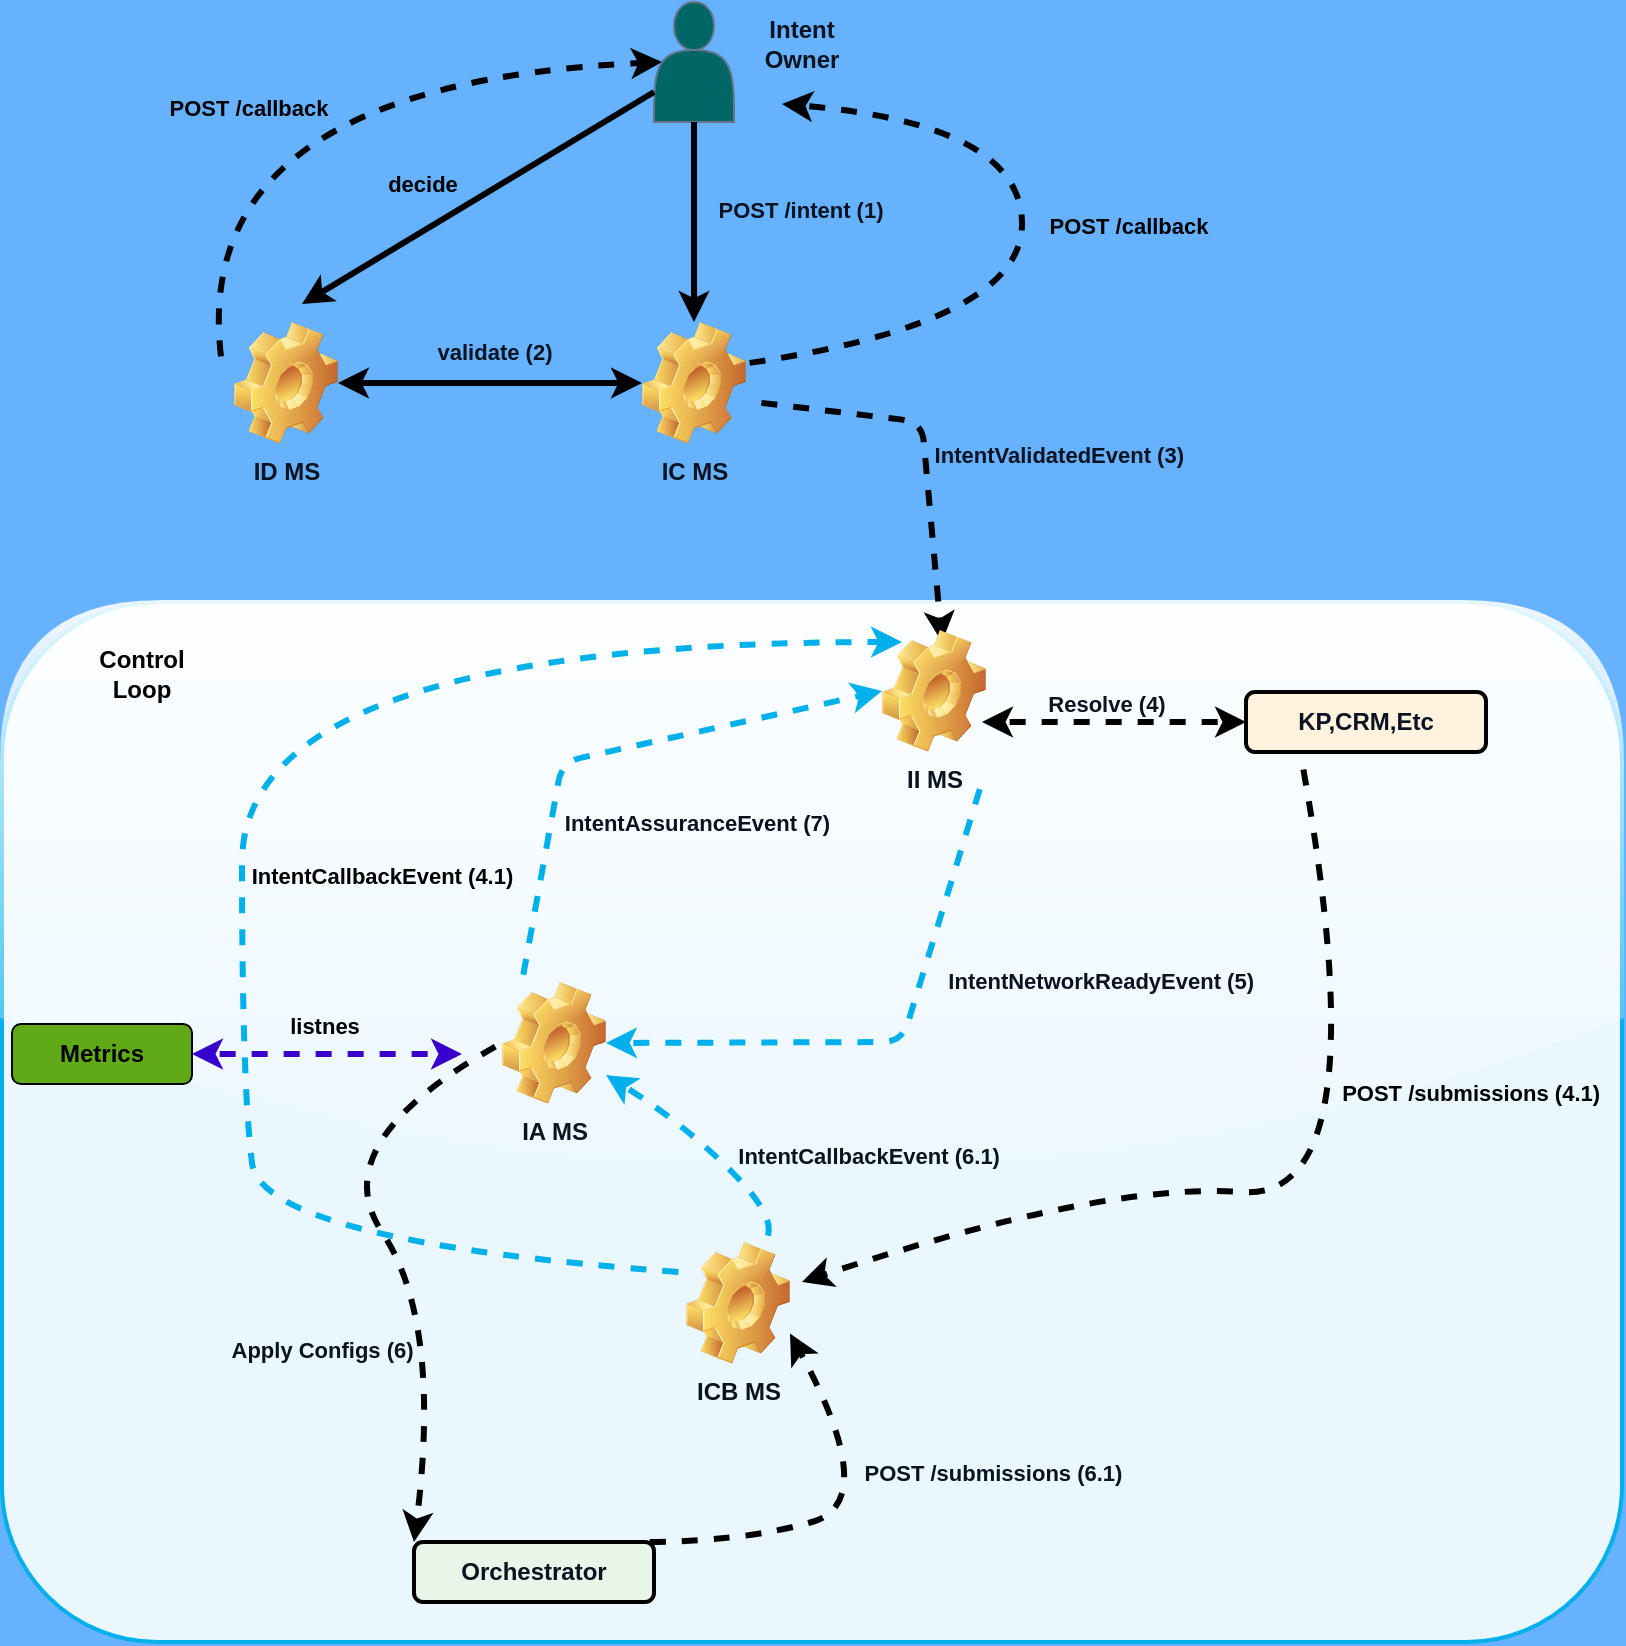
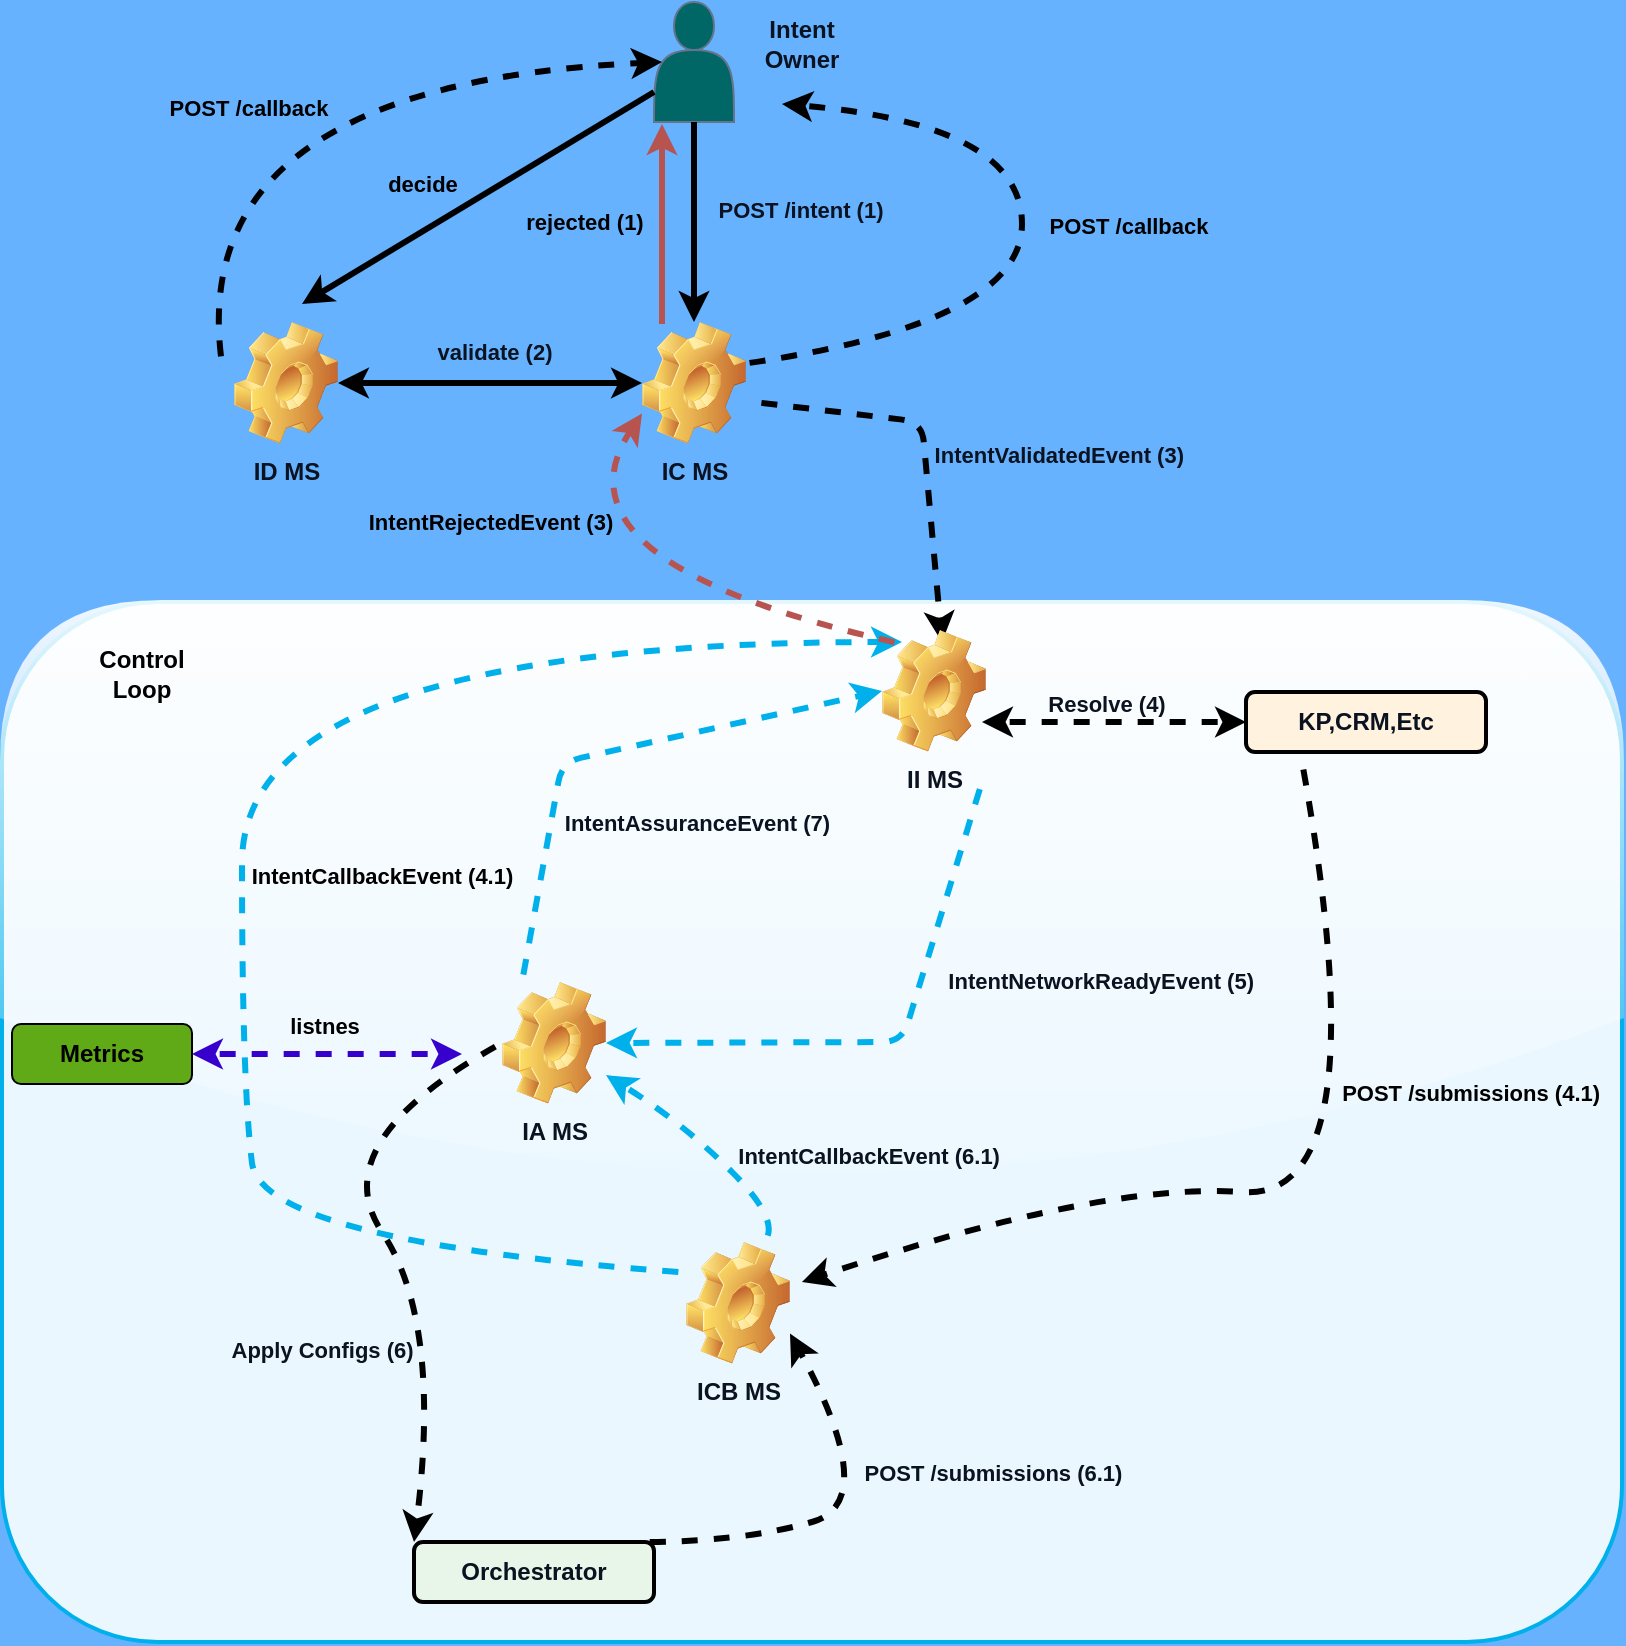
<mxfile host="65bd71144e">
    <diagram id="hkdiFI0e61aXNWWX01rr" name="Page-1">
-         <mxGraphModel dx="678" dy="638" grid="1" gridSize="10" guides="1" tooltips="1" connect="1" arrows="1" fold="1" page="1" pageScale="1" pageWidth="827" pageHeight="1169" background="#66B2FF" math="0" shadow="0" adaptiveColors="none">
+         <mxGraphModel dx="678" dy="638" grid="1" gridSize="10" guides="1" tooltips="1" connect="1" arrows="1" fold="1" page="1" pageScale="1" pageWidth="827" pageHeight="1169" background="#66B2FF" math="0" shadow="0">
            <root>
                <mxCell id="0"/>
                <mxCell id="1" parent="0"/>
                <mxCell id="44" value="" style="rounded=1;whiteSpace=wrap;html=1;strokeWidth=2;glass=1;shadow=0;fillStyle=auto;fillColor=#EAF7FF;fontColor=#0B1220;strokeColor=#00B0EB;" parent="1" vertex="1">
                    <mxGeometry x="10" y="449" width="810" height="520" as="geometry"/>
                </mxCell>
                <mxCell id="2" value="IA MS" style="shape=image;html=1;verticalLabelPosition=bottom;verticalAlign=top;imageAspect=1;aspect=fixed;image=img/clipart/Gear_128x128.png;container=0;fontStyle=1;fillColor=#E6F7FF;strokeColor=#00B0EB;fontColor=#0B1220;strokeWidth=2;shadow=0;" parent="1" vertex="1">
                    <mxGeometry x="260" y="639" width="52" height="61" as="geometry"/>
                </mxCell>
                <mxCell id="7" value="" style="endArrow=classic;html=1;shadow=0;flowAnimation=1;strokeWidth=3;strokeColor=#00B0EB;entryX=0;entryY=0.5;entryDx=0;entryDy=0;jumpStyle=arc;fontColor=#0B1220;" parent="1" target="28" edge="1">
                    <mxGeometry width="50" height="50" relative="1" as="geometry">
                        <mxPoint x="270" y="639" as="sourcePoint"/>
                        <mxPoint x="430" y="489" as="targetPoint"/>
                        <Array as="points">
                            <mxPoint x="290" y="529"/>
                        </Array>
                    </mxGeometry>
                </mxCell>
                <mxCell id="9" value="IntentNetworkReadyEvent (5)" style="edgeLabel;align=center;verticalAlign=middle;resizable=0;points=[];container=0;fontColor=#0B1220;labelBackgroundColor=none;fontStyle=1;fillColor=#E8F5E9;strokeColor=#2E7D32;strokeWidth=2;shadow=0;" parent="7" vertex="1" connectable="0">
                    <mxGeometry x="0.0249" y="3" relative="1" as="geometry">
                        <mxPoint x="241" y="118" as="offset"/>
                    </mxGeometry>
                </mxCell>
                <mxCell id="8" value="" style="endArrow=classic;html=1;entryX=1;entryY=0.5;entryDx=0;entryDy=0;exitX=1;exitY=1;exitDx=0;exitDy=0;flowAnimation=1;jumpStyle=arc;strokeWidth=3;strokeColor=#00B0EB;fontColor=#0B1220;" parent="1" target="2" edge="1">
                    <mxGeometry width="50" height="50" relative="1" as="geometry">
                        <mxPoint x="500" y="539" as="sourcePoint"/>
                        <mxPoint x="470" y="719" as="targetPoint"/>
                        <Array as="points">
                            <mxPoint x="460" y="669"/>
                        </Array>
                    </mxGeometry>
                </mxCell>
                <mxCell id="10" value="IntentAssuranceEvent (7)" style="edgeLabel;align=center;verticalAlign=middle;resizable=0;points=[];container=0;labelBackgroundColor=none;fontStyle=1;fillColor=#FFEBEE;strokeColor=#C62828;fontColor=#0B1220;strokeWidth=2;shadow=0;" parent="8" vertex="1" connectable="0">
                    <mxGeometry x="-0.196" relative="1" as="geometry">
                        <mxPoint x="-109" y="-89" as="offset"/>
                    </mxGeometry>
                </mxCell>
                <mxCell id="12" value="IC MS" style="shape=image;html=1;verticalLabelPosition=bottom;verticalAlign=top;imageAspect=1;aspect=fixed;image=img/clipart/Gear_128x128.png;fontStyle=1;fillColor=#E6F7FF;strokeColor=#00B0EB;fontColor=#0B1220;strokeWidth=2;shadow=0;" parent="1" vertex="1">
                    <mxGeometry x="330" y="309" width="52" height="61" as="geometry"/>
                </mxCell>
                <mxCell id="13" value="" style="shape=actor;whiteSpace=wrap;html=1;fillColor=#006666;strokeColor=#64748B;fontColor=#0B1220;shadow=0;" parent="1" vertex="1">
                    <mxGeometry x="336" y="149" width="40" height="60" as="geometry"/>
                </mxCell>
                <mxCell id="14" value="" style="endArrow=classic;html=1;exitX=0.5;exitY=1;exitDx=0;exitDy=0;strokeWidth=3;flowAnimation=0;strokeColor=default;fontColor=#0B1220;" parent="1" source="13" target="12" edge="1">
                    <mxGeometry width="50" height="50" relative="1" as="geometry">
                        <mxPoint x="430" y="379" as="sourcePoint"/>
                        <mxPoint x="480" y="329" as="targetPoint"/>
                    </mxGeometry>
                </mxCell>
                <mxCell id="17" value="POST /intent (1)" style="edgeLabel;html=1;align=center;verticalAlign=middle;resizable=0;points=[];fontColor=#0B1220;fontStyle=1;labelBackgroundColor=none;strokeColor=#64748B;shadow=0;" parent="14" vertex="1" connectable="0">
                    <mxGeometry x="-0.13" relative="1" as="geometry">
                        <mxPoint x="53" as="offset"/>
                    </mxGeometry>
                </mxCell>
                <mxCell id="15" value="ICB MS" style="shape=image;html=1;verticalLabelPosition=bottom;verticalAlign=top;imageAspect=1;aspect=fixed;image=img/clipart/Gear_128x128.png;fontStyle=1;fillColor=#FFF3E0;strokeColor=#F57C00;fontColor=#0B1220;strokeWidth=2;shadow=0;" parent="1" vertex="1">
                    <mxGeometry x="352" y="769" width="52" height="61" as="geometry"/>
                </mxCell>
                <mxCell id="16" value="" style="endArrow=classic;html=1;exitX=0.5;exitY=1;exitDx=0;exitDy=0;strokeWidth=3;flowAnimation=1;jumpStyle=arc;strokeColor=default;fontColor=#0B1220;" parent="1" edge="1">
                    <mxGeometry width="50" height="50" relative="1" as="geometry">
                        <mxPoint x="386" y="349" as="sourcePoint"/>
                        <mxPoint x="480" y="469" as="targetPoint"/>
                        <Array as="points">
                            <mxPoint x="470" y="359"/>
                        </Array>
                    </mxGeometry>
                </mxCell>
                <mxCell id="18" value="IntentValidatedEvent (3)" style="edgeLabel;align=center;verticalAlign=middle;resizable=0;points=[];fontColor=#0B1220;fontStyle=1;labelBackgroundColor=none;strokeColor=#64748B;shadow=0;" parent="16" vertex="1" connectable="0">
                    <mxGeometry x="0.0229" y="-3" relative="1" as="geometry">
                        <mxPoint x="70" as="offset"/>
                    </mxGeometry>
                </mxCell>
                <mxCell id="21" value="Orchestrator" style="rounded=1;whiteSpace=wrap;html=1;fillColor=#E8F5E9;fontColor=#0B1220;strokeColor=default;fontStyle=1;strokeWidth=2;shadow=0;" parent="1" vertex="1">
                    <mxGeometry x="216" y="919" width="120" height="30" as="geometry"/>
                </mxCell>
                <mxCell id="22" value="Intent Owner" style="text;html=1;align=center;verticalAlign=middle;whiteSpace=wrap;rounded=0;fontStyle=1;fillColor=none;strokeColor=none;fontColor=#0B1220;strokeWidth=2;shadow=0;" parent="1" vertex="1">
                    <mxGeometry x="380" y="155" width="60" height="30" as="geometry"/>
                </mxCell>
                <mxCell id="23" value="KP,CRM,Etc" style="rounded=1;whiteSpace=wrap;html=1;fillColor=#FFF3E0;fontColor=#0B1220;strokeColor=default;fontStyle=1;strokeWidth=2;shadow=0;" parent="1" vertex="1">
                    <mxGeometry x="632" y="494" width="120" height="30" as="geometry"/>
                </mxCell>
                <mxCell id="25" value="" style="endArrow=classic;startArrow=classic;html=1;exitX=1;exitY=0.5;exitDx=0;exitDy=0;entryX=0;entryY=0.5;entryDx=0;entryDy=0;endSize=6;strokeWidth=3;flowAnimation=1;strokeColor=default;fontColor=#0B1220;" parent="1" target="23" edge="1">
                    <mxGeometry width="50" height="50" relative="1" as="geometry">
                        <mxPoint x="500" y="509" as="sourcePoint"/>
                        <mxPoint x="590" y="519" as="targetPoint"/>
                    </mxGeometry>
                </mxCell>
                <mxCell id="34" value="Resolve (4)" style="edgeLabel;html=1;align=center;verticalAlign=middle;resizable=0;points=[];fontStyle=1;labelBackgroundColor=none;strokeColor=#64748B;fontColor=#0B1220;shadow=0;" parent="25" vertex="1" connectable="0">
                    <mxGeometry x="-0.0667" relative="1" as="geometry">
                        <mxPoint y="-9" as="offset"/>
                    </mxGeometry>
                </mxCell>
-                 <mxCell id="28" value="II MS" style="shape=image;html=1;verticalLabelPosition=bottom;verticalAlign=top;imageAspect=1;aspect=fixed;image=img/clipart/Gear_128x128.png;fontStyle=1;fillColor=#E6F7FF;strokeColor=#00B0EB;fontColor=#0B1220;strokeWidth=2;shadow=0;" parent="1" vertex="1">
+                 <mxCell id="28" value="II MS" style="shape=image;html=1;verticalLabelPosition=bottom;verticalAlign=top;imageAspect=1;aspect=fixed;image=img/clipart/Gear_128x128.png;fontStyle=1;fillColor=#E6F7FF;strokeColor=#00B0EB;fontColor=#0B1220;strokeWidth=2;shadow=0;enumerate=0;treeMoving=0;" parent="1" vertex="1">
                    <mxGeometry x="450" y="463" width="52" height="61" as="geometry"/>
                </mxCell>
                <mxCell id="29" value="ID MS" style="shape=image;html=1;verticalLabelPosition=bottom;verticalAlign=top;imageAspect=1;aspect=fixed;image=img/clipart/Gear_128x128.png;fontStyle=1;fillColor=#E6F7FF;strokeColor=#00B0EB;fontColor=#0B1220;strokeWidth=2;shadow=0;" parent="1" vertex="1">
                    <mxGeometry x="126" y="309" width="52" height="61" as="geometry"/>
                </mxCell>
                <mxCell id="30" value="" style="endArrow=classic;startArrow=classic;html=1;exitX=1;exitY=0.5;exitDx=0;exitDy=0;entryX=0;entryY=0.5;entryDx=0;entryDy=0;strokeWidth=3;flowAnimation=0;strokeColor=default;fontColor=#0B1220;" parent="1" source="29" target="12" edge="1">
                    <mxGeometry width="50" height="50" relative="1" as="geometry">
                        <mxPoint x="280" y="469" as="sourcePoint"/>
                        <mxPoint x="330" y="419" as="targetPoint"/>
                    </mxGeometry>
                </mxCell>
                <mxCell id="31" value="validate (2)" style="edgeLabel;html=1;align=center;verticalAlign=middle;resizable=0;points=[];fontStyle=1;labelBackgroundColor=none;strokeColor=#64748B;fontColor=#0B1220;shadow=0;" parent="30" vertex="1" connectable="0">
                    <mxGeometry y="2" relative="1" as="geometry">
                        <mxPoint x="2" y="-14" as="offset"/>
                    </mxGeometry>
                </mxCell>
                <mxCell id="32" value="" style="curved=1;endArrow=classic;html=1;strokeWidth=3;flowAnimation=1;fillColor=#0050ef;strokeColor=default;fontColor=#0B1220;" parent="1" edge="1">
                    <mxGeometry width="50" height="50" relative="1" as="geometry">
                        <mxPoint x="660" y="529" as="sourcePoint"/>
                        <mxPoint x="410" y="789" as="targetPoint"/>
                        <Array as="points">
                            <mxPoint x="700" y="749"/>
                            <mxPoint x="560" y="739"/>
                        </Array>
                    </mxGeometry>
                </mxCell>
                <mxCell id="33" value="" style="curved=1;endArrow=classic;html=1;exitX=0;exitY=0.25;exitDx=0;exitDy=0;strokeWidth=3;flowAnimation=1;fillColor=#0050ef;strokeColor=#00B0EB;fontColor=#0B1220;" parent="1" source="15" edge="1">
                    <mxGeometry width="50" height="50" relative="1" as="geometry">
                        <mxPoint x="90" y="769" as="sourcePoint"/>
                        <mxPoint x="460" y="469" as="targetPoint"/>
                        <Array as="points">
                            <mxPoint x="140" y="769"/>
                            <mxPoint x="130" y="690"/>
                            <mxPoint x="130" y="469"/>
                        </Array>
                    </mxGeometry>
                </mxCell>
                <mxCell id="36" value="" style="curved=1;endArrow=classic;html=1;exitX=0;exitY=0.5;exitDx=0;exitDy=0;entryX=0;entryY=0;entryDx=0;entryDy=0;strokeWidth=3;fillColor=#e3c800;strokeColor=default;flowAnimation=1;fontColor=#0B1220;" parent="1" source="2" target="21" edge="1">
                    <mxGeometry width="50" height="50" relative="1" as="geometry">
                        <mxPoint x="230" y="859" as="sourcePoint"/>
                        <mxPoint x="280" y="809" as="targetPoint"/>
                        <Array as="points">
                            <mxPoint x="170" y="719"/>
                            <mxPoint x="230" y="809"/>
                        </Array>
                    </mxGeometry>
                </mxCell>
                <mxCell id="37" value="Apply Configs (6)" style="edgeLabel;align=center;verticalAlign=middle;resizable=0;points=[];labelBackgroundColor=none;fontColor=#0B1220;fontStyle=1;strokeColor=#64748B;shadow=0;" parent="36" vertex="1" connectable="0">
                    <mxGeometry x="0.2297" y="-7" relative="1" as="geometry">
                        <mxPoint x="-47" y="20" as="offset"/>
                    </mxGeometry>
                </mxCell>
                <mxCell id="38" value="" style="curved=1;endArrow=classic;html=1;entryX=1;entryY=0.75;entryDx=0;entryDy=0;fillColor=#e3c800;strokeColor=default;strokeWidth=3;flowAnimation=1;fontColor=#0B1220;" parent="1" target="15" edge="1">
                    <mxGeometry width="50" height="50" relative="1" as="geometry">
                        <mxPoint x="330" y="919" as="sourcePoint"/>
                        <mxPoint x="380" y="869" as="targetPoint"/>
                        <Array as="points">
                            <mxPoint x="380" y="919"/>
                            <mxPoint x="450" y="899"/>
                        </Array>
                    </mxGeometry>
                </mxCell>
                <mxCell id="39" value="POST /submissions (6.1)" style="edgeLabel;align=center;verticalAlign=middle;resizable=0;points=[];fontStyle=1;labelBackgroundColor=none;fontColor=#0B1220;strokeColor=#64748B;shadow=0;" parent="38" vertex="1" connectable="0">
                    <mxGeometry x="0.3261" y="9" relative="1" as="geometry">
                        <mxPoint x="74" as="offset"/>
                    </mxGeometry>
                </mxCell>
                <mxCell id="40" value="" style="curved=1;endArrow=classic;html=1;exitX=0.75;exitY=0;exitDx=0;exitDy=0;fillColor=#e3c800;strokeColor=#00B0EB;strokeWidth=3;flowAnimation=1;fontColor=#0B1220;" parent="1" source="15" target="2" edge="1">
                    <mxGeometry width="50" height="50" relative="1" as="geometry">
                        <mxPoint x="350" y="759" as="sourcePoint"/>
                        <mxPoint x="400" y="709" as="targetPoint"/>
                        <Array as="points">
                            <mxPoint x="400" y="759"/>
                            <mxPoint x="350" y="709"/>
                        </Array>
                    </mxGeometry>
                </mxCell>
                <mxCell id="41" value="IntentCallbackEvent (6.1)" style="edgeLabel;align=center;verticalAlign=middle;resizable=0;points=[];fontStyle=1;labelBackgroundColor=none;fontColor=#0B1220;strokeColor=#64748B;shadow=0;" parent="40" vertex="1" connectable="0">
                    <mxGeometry x="-0.0281" relative="1" as="geometry">
                        <mxPoint x="78" y="1" as="offset"/>
                    </mxGeometry>
                </mxCell>
                <mxCell id="46" value="" style="endArrow=classic;html=1;exitX=0;exitY=0.75;exitDx=0;exitDy=0;strokeWidth=3;" parent="1" source="13" edge="1">
                    <mxGeometry width="50" height="50" relative="1" as="geometry">
                        <mxPoint x="170" y="220" as="sourcePoint"/>
                        <mxPoint x="160" y="300" as="targetPoint"/>
                    </mxGeometry>
                </mxCell>
                <mxCell id="47" value="decide" style="edgeLabel;html=1;align=center;verticalAlign=middle;resizable=0;points=[];labelBackgroundColor=none;fontStyle=1" parent="46" vertex="1" connectable="0">
                    <mxGeometry x="-0.0222" y="1" relative="1" as="geometry">
                        <mxPoint x="-31" y="-7" as="offset"/>
                    </mxGeometry>
                </mxCell>
                <mxCell id="48" value="Metrics" style="rounded=1;whiteSpace=wrap;html=1;fillColor=#60a917;fontColor=default;strokeColor=default;fontStyle=1" parent="1" vertex="1">
                    <mxGeometry x="15" y="660" width="90" height="30" as="geometry"/>
                </mxCell>
                <mxCell id="49" value="" style="endArrow=classic;startArrow=classic;html=1;exitX=1;exitY=0.5;exitDx=0;exitDy=0;strokeWidth=3;flowAnimation=1;strokeColor=#3700CC;jumpStyle=arc;fillColor=#6a00ff;" parent="1" source="48" edge="1">
                    <mxGeometry width="50" height="50" relative="1" as="geometry">
                        <mxPoint x="150" y="720" as="sourcePoint"/>
                        <mxPoint x="240" y="675" as="targetPoint"/>
                    </mxGeometry>
                </mxCell>
                <mxCell id="55" value="listnes" style="edgeLabel;html=1;align=center;verticalAlign=middle;resizable=0;points=[];labelBackgroundColor=none;fontStyle=1" parent="49" vertex="1" connectable="0">
                    <mxGeometry x="-0.0462" y="4" relative="1" as="geometry">
                        <mxPoint x="1" y="-10" as="offset"/>
                    </mxGeometry>
                </mxCell>
                <mxCell id="50" value="IntentCallbackEvent (4.1)" style="edgeLabel;align=center;verticalAlign=middle;resizable=0;points=[];fontStyle=1;labelBackgroundColor=none;fontColor=default;" parent="1" vertex="1" connectable="0">
                    <mxGeometry x="200.0011238408634" y="585.0011238408631" as="geometry"/>
                </mxCell>
                <mxCell id="51" value="POST /submissions (4.1)" style="edgeLabel;align=center;verticalAlign=middle;resizable=0;points=[];fontStyle=1;labelBackgroundColor=none;fontColor=default;" parent="1" vertex="1" connectable="0">
                    <mxGeometry x="744.3029013611379" y="693.5364916215115" as="geometry"/>
                </mxCell>
                <mxCell id="54" value="Control Loop" style="text;html=1;align=center;verticalAlign=middle;whiteSpace=wrap;rounded=0;fontStyle=1" parent="1" vertex="1">
                    <mxGeometry x="50" y="470" width="60" height="30" as="geometry"/>
                </mxCell>
                <mxCell id="56" value="" style="endArrow=classic;html=1;rounded=0;jumpStyle=arc;curved=1;strokeWidth=3;shadow=0;flowAnimation=1;" parent="1" edge="1">
                    <mxGeometry width="50" height="50" relative="1" as="geometry">
                        <mxPoint x="380" y="330" as="sourcePoint"/>
                        <mxPoint x="400" y="200" as="targetPoint"/>
                        <Array as="points">
                            <mxPoint x="520" y="310"/>
                            <mxPoint x="520" y="210"/>
                        </Array>
                    </mxGeometry>
                </mxCell>
                <mxCell id="57" value="POST /callback" style="edgeLabel;html=1;align=center;verticalAlign=middle;resizable=0;points=[];labelBackgroundColor=none;fontStyle=1" parent="56" vertex="1" connectable="0">
                    <mxGeometry x="0.0525" y="1" relative="1" as="geometry">
                        <mxPoint x="54" as="offset"/>
                    </mxGeometry>
                </mxCell>
                <mxCell id="58" value="" style="endArrow=classic;html=1;rounded=0;entryX=0.1;entryY=0.5;entryDx=0;entryDy=0;entryPerimeter=0;curved=1;strokeWidth=3;flowAnimation=1;" parent="1" target="13" edge="1">
                    <mxGeometry width="50" height="50" relative="1" as="geometry">
                        <mxPoint x="120" y="330" as="sourcePoint"/>
                        <mxPoint x="130" y="210" as="targetPoint"/>
                        <Array as="points">
                            <mxPoint x="100" y="190"/>
                        </Array>
                    </mxGeometry>
                </mxCell>
                <mxCell id="59" value="POST /callback" style="edgeLabel;html=1;align=center;verticalAlign=middle;resizable=0;points=[];labelBackgroundColor=none;fontStyle=1" parent="1" vertex="1" connectable="0">
                    <mxGeometry x="133" y="201.4213562373095" as="geometry"/>
+                 </mxCell>
+                 <mxCell id="60" value="" style="endArrow=classic;html=1;rounded=0;strokeWidth=3;fillColor=#f8cecc;strokeColor=#b85450;" parent="1" edge="1">
+                     <mxGeometry width="50" height="50" relative="1" as="geometry">
+                         <mxPoint x="340" y="310" as="sourcePoint"/>
+                         <mxPoint x="340" y="210" as="targetPoint"/>
+                     </mxGeometry>
+                 </mxCell>
+                 <mxCell id="61" value="rejected (1)" style="edgeLabel;html=1;align=center;verticalAlign=middle;resizable=0;points=[];labelBackgroundColor=none;fontStyle=1" parent="60" vertex="1" connectable="0">
+                     <mxGeometry x="0.0312" y="1" relative="1" as="geometry">
+                         <mxPoint x="-38" as="offset"/>
+                     </mxGeometry>
+                 </mxCell>
+                 <mxCell id="62" value="" style="endArrow=classic;html=1;rounded=0;entryX=0;entryY=0.75;entryDx=0;entryDy=0;strokeWidth=3;fillColor=#f8cecc;strokeColor=#b85450;flowAnimation=1;jumpStyle=arc;curved=1;" parent="1" target="12" edge="1">
+                     <mxGeometry width="50" height="50" relative="1" as="geometry">
+                         <mxPoint x="460" y="470" as="sourcePoint"/>
+                         <mxPoint x="650" y="380" as="targetPoint"/>
+                         <Array as="points">
+                             <mxPoint x="280" y="430"/>
+                         </Array>
+                     </mxGeometry>
+                 </mxCell>
+                 <mxCell id="63" value="IntentRejectedEvent (3)" style="edgeLabel;html=1;align=center;verticalAlign=middle;resizable=0;points=[];labelBackgroundColor=none;fontStyle=1" parent="62" vertex="1" connectable="0">
+                     <mxGeometry x="0.6388" y="-23" relative="1" as="geometry">
+                         <mxPoint x="-68" as="offset"/>
+                     </mxGeometry>
                </mxCell>
            </root>
        </mxGraphModel>
    </diagram>
</mxfile>